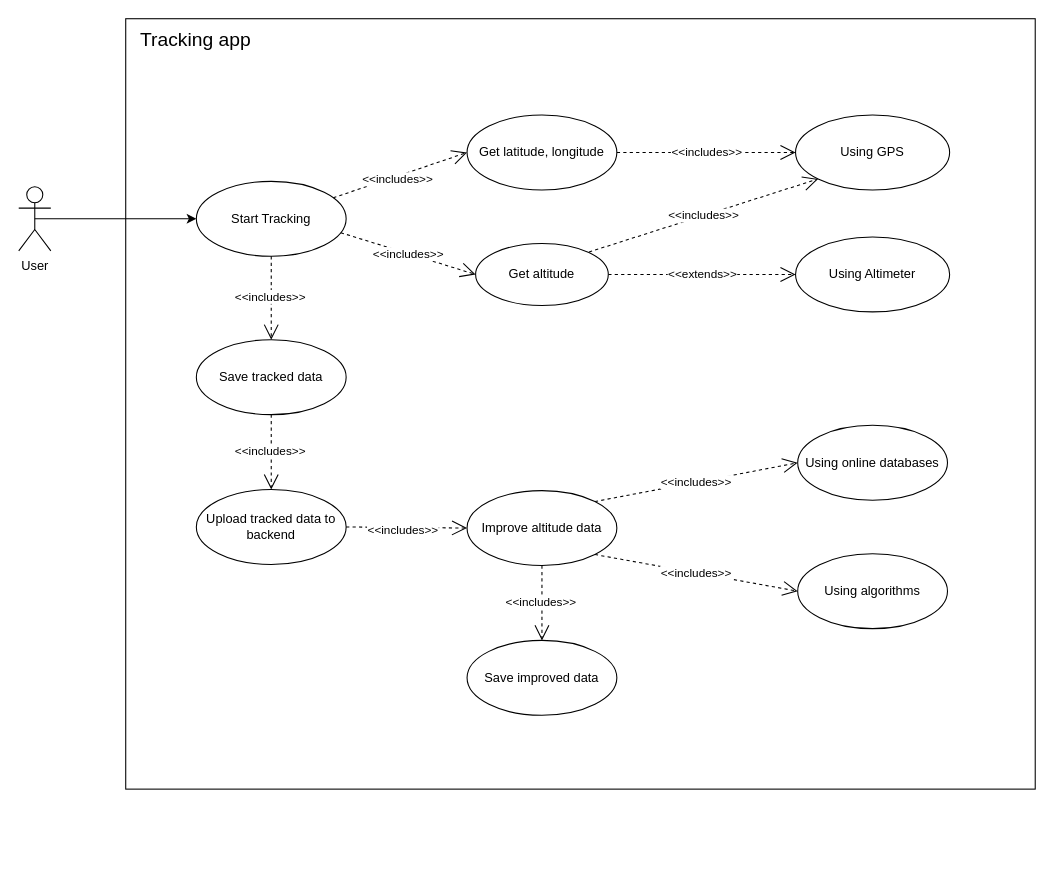
CAIProj/docs keeps this draw.io diagram as Task documents/Task 16 - Use case of Tracking App.drawio. Above is the earlier version. Source tidied: cells renumbered, new cells numbered last; positions are measured from the earlier drawing's top-left corner, leaving out a move shared by most shapes. Both pictures are drawn from the tidied source at 107%, with x=0, y=0 at pixel (18, 18).
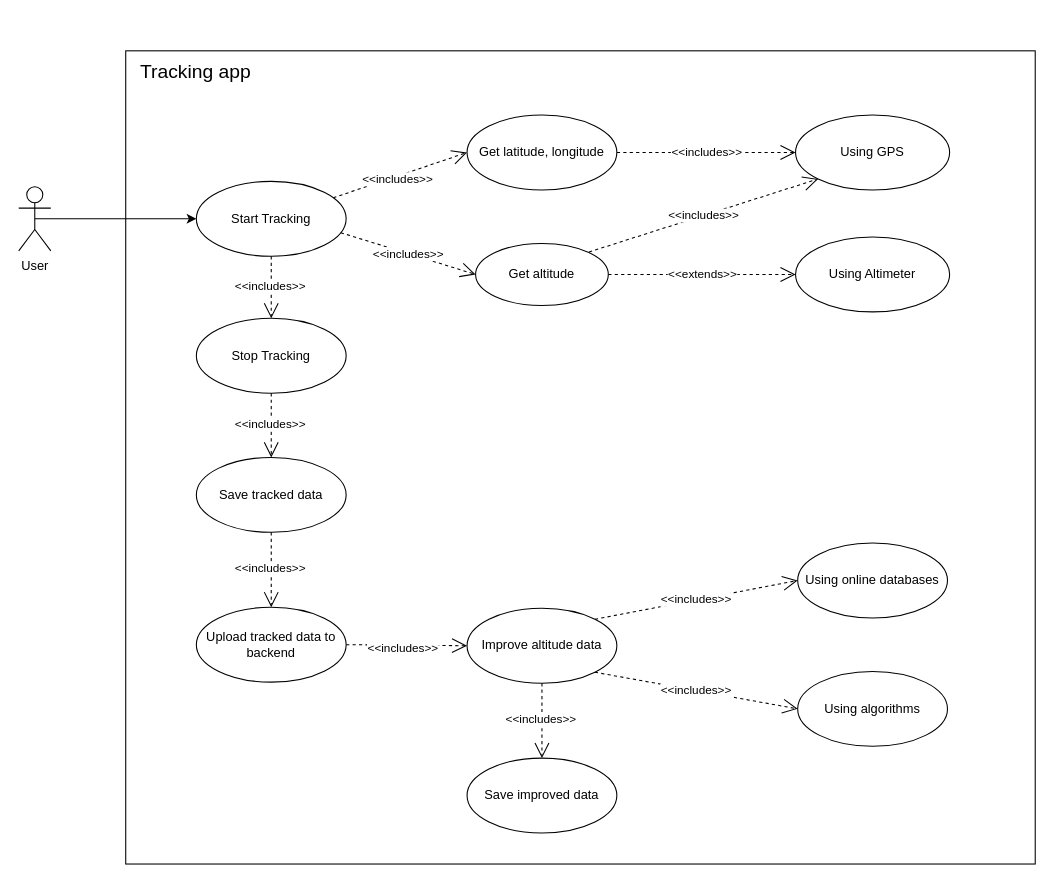
The same page after the edit.

Commit message (it also covers changes not shown here):
changes after review

Unchanged cells that the change refers to:
```xml
<mxCell id="5" value="Start Tracking" style="ellipse;whiteSpace=wrap;html=1;" parent="1" vertex="1">
  <mxGeometry x="166" y="152" width="140" height="70" as="geometry" />
</mxCell>
<mxCell id="14" style="endArrow=open;endSize=12;dashed=1;html=1;rounded=0;entryX=0;entryY=0.5;entryDx=0;entryDy=0;" parent="1" edge="1" source="5" target="7">
  <mxGeometry x="-1" y="307" relative="1" as="geometry">
    <mxPoint x="-216" y="161" as="offset" />
  </mxGeometry>
</mxCell>
<mxCell id="25" style="endArrow=open;endSize=12;dashed=1;html=1;rounded=0;exitX=0.5;exitY=1;exitDx=0;exitDy=0;entryX=0.5;entryY=0;entryDx=0;entryDy=0;" parent="1" edge="1" source="16" target="30">
  <mxGeometry x="-1" y="307" relative="1" as="geometry">
    <mxPoint x="-216" y="161" as="offset" />
  </mxGeometry>
</mxCell>
<mxCell id="27" style="endArrow=open;endSize=12;dashed=1;html=1;rounded=0;exitX=0.5;exitY=1;exitDx=0;exitDy=0;entryX=0.5;entryY=0;entryDx=0;entryDy=0;" parent="1" edge="1" source="17" target="20">
  <mxGeometry x="-1" y="307" relative="1" as="geometry">
    <mxPoint x="-216" y="161" as="offset" />
  </mxGeometry>
</mxCell>
<mxCell id="31" style="endArrow=open;endSize=12;dashed=1;html=1;rounded=0;exitX=1;exitY=0.5;exitDx=0;exitDy=0;entryX=0;entryY=0.5;entryDx=0;entryDy=0;" parent="1" edge="1" source="30" target="17">
  <mxGeometry x="-1" y="307" relative="1" as="geometry">
    <mxPoint x="-216" y="161" as="offset" />
  </mxGeometry>
</mxCell>
```

Change to the diagram source:
```diff
@@
-    <mxCell id="2" style="rounded=0;whiteSpace=wrap;html=1;" parent="1" vertex="1">
-      <mxGeometry x="100" width="850" height="720" as="geometry" />
-    </mxCell>
+    <mxCell id="33" style="rounded=0;whiteSpace=wrap;html=1;" parent="1" vertex="1">
+      <mxGeometry x="100" y="30" width="850" height="760" as="geometry" />
+    </mxCell>
@@
     <mxCell id="10" value="&lt;font style=&quot;font-size: 18px;&quot;&gt;Tracking app&lt;/font&gt;" style="text;html=1;align=center;verticalAlign=middle;strokeColor=none;fillColor=none;" parent="1" vertex="1">
-      <mxGeometry x="100" width="130" height="40" as="geometry" />
+      <mxGeometry x="100" y="30" width="130" height="40" as="geometry" />
     </mxCell>
@@
-    <mxCell id="15" value="&amp;lt;&amp;lt;includes&amp;gt;&amp;gt;" style="edgeLabel;html=1;align=center;verticalAlign=middle;" parent="14" vertex="1">
-      <mxGeometry x="-0.06" y="-2" relative="1" as="geometry" />
-    </mxCell>
+    <mxCell id="34" value="&amp;lt;&amp;lt;includes&amp;gt;&amp;gt;" style="edgeLabel;html=1;align=center;verticalAlign=middle;" parent="14" vertex="1">
+      <mxGeometry x="-0.06" y="-2" relative="1" as="geometry" />
+    </mxCell>
     <mxCell id="16" value="Save tracked data" style="ellipse;whiteSpace=wrap;html=1;" parent="1" vertex="1">
-      <mxGeometry x="166" y="300" width="140" height="70" as="geometry" />
+      <mxGeometry x="166" y="410" width="140" height="70" as="geometry" />
     </mxCell>
     <mxCell id="17" value="Improve altitude data" style="ellipse;whiteSpace=wrap;html=1;" parent="1" vertex="1">
-      <mxGeometry x="419" y="441" width="140" height="70" as="geometry" />
+      <mxGeometry x="419" y="551" width="140" height="70" as="geometry" />
     </mxCell>
     <mxCell id="18" value="Using online databases" style="ellipse;whiteSpace=wrap;html=1;" parent="1" vertex="1">
-      <mxGeometry x="728" y="380" width="140" height="70" as="geometry" />
+      <mxGeometry x="728" y="490" width="140" height="70" as="geometry" />
     </mxCell>
     <mxCell id="19" value="Using algorithms" style="ellipse;whiteSpace=wrap;html=1;" parent="1" vertex="1">
-      <mxGeometry x="728" y="500" width="140" height="70" as="geometry" />
+      <mxGeometry x="728" y="610" width="140" height="70" as="geometry" />
     </mxCell>
     <mxCell id="20" value="Save improved data" style="ellipse;whiteSpace=wrap;html=1;" parent="1" vertex="1">
-      <mxGeometry x="419" y="581" width="140" height="70" as="geometry" />
+      <mxGeometry x="419" y="691" width="140" height="70" as="geometry" />
     </mxCell>
@@
-    <mxCell id="23" style="endArrow=open;endSize=12;dashed=1;html=1;rounded=0;exitX=0.5;exitY=1;exitDx=0;exitDy=0;entryX=0.5;entryY=0;entryDx=0;entryDy=0;" parent="1" edge="1" source="5" target="16">
-      <mxGeometry x="-1" y="307" relative="1" as="geometry">
-        <mxPoint x="-216" y="161" as="offset" />
-      </mxGeometry>
-    </mxCell>
-    <mxCell id="24" value="&amp;lt;&amp;lt;includes&amp;gt;&amp;gt;" style="edgeLabel;html=1;align=center;verticalAlign=middle;" parent="23" vertex="1">
-      <mxGeometry x="-0.06" y="-2" relative="1" as="geometry" />
-    </mxCell>
+    <mxCell id="35" style="endArrow=open;endSize=12;dashed=1;html=1;rounded=0;exitX=0.5;exitY=1;exitDx=0;exitDy=0;entryX=0.5;entryY=0;entryDx=0;entryDy=0;" parent="1" edge="1" source="5" target="40">
+      <mxGeometry x="-1" y="307" relative="1" as="geometry">
+        <mxPoint x="-216" y="161" as="offset" />
+      </mxGeometry>
+    </mxCell>
+    <mxCell id="36" value="&amp;lt;&amp;lt;includes&amp;gt;&amp;gt;" style="edgeLabel;html=1;align=center;verticalAlign=middle;" parent="35" vertex="1">
+      <mxGeometry x="-0.06" y="-2" relative="1" as="geometry" />
+    </mxCell>
@@
-    <mxCell id="26" value="&amp;lt;&amp;lt;includes&amp;gt;&amp;gt;" style="edgeLabel;html=1;align=center;verticalAlign=middle;" parent="25" vertex="1">
-      <mxGeometry x="-0.06" y="-2" relative="1" as="geometry" />
-    </mxCell>
+    <mxCell id="37" value="&amp;lt;&amp;lt;includes&amp;gt;&amp;gt;" style="edgeLabel;html=1;align=center;verticalAlign=middle;" parent="25" vertex="1">
+      <mxGeometry x="-0.06" y="-2" relative="1" as="geometry" />
+    </mxCell>
@@
-    <mxCell id="28" value="&amp;lt;&amp;lt;includes&amp;gt;&amp;gt;" style="edgeLabel;html=1;align=center;verticalAlign=middle;" parent="27" vertex="1">
-      <mxGeometry x="-0.06" y="-2" relative="1" as="geometry" />
-    </mxCell>
+    <mxCell id="38" value="&amp;lt;&amp;lt;includes&amp;gt;&amp;gt;" style="edgeLabel;html=1;align=center;verticalAlign=middle;" parent="27" vertex="1">
+      <mxGeometry x="-0.06" y="-2" relative="1" as="geometry" />
+    </mxCell>
@@
     <mxCell id="30" value="Upload tracked data to backend" style="ellipse;whiteSpace=wrap;html=1;" parent="1" vertex="1">
-      <mxGeometry x="166" y="440" width="140" height="70" as="geometry" />
+      <mxGeometry x="166" y="550" width="140" height="70" as="geometry" />
     </mxCell>
@@
-    <mxCell id="32" value="&amp;lt;&amp;lt;includes&amp;gt;&amp;gt;" style="edgeLabel;html=1;align=center;verticalAlign=middle;" parent="31" vertex="1">
-      <mxGeometry x="-0.06" y="-2" relative="1" as="geometry" />
-    </mxCell>
+    <mxCell id="39" value="&amp;lt;&amp;lt;includes&amp;gt;&amp;gt;" style="edgeLabel;html=1;align=center;verticalAlign=middle;" parent="31" vertex="1">
+      <mxGeometry x="-0.06" y="-2" relative="1" as="geometry" />
+    </mxCell>
+    <mxCell id="40" value="Stop Tracking" style="ellipse;whiteSpace=wrap;html=1;" parent="1" vertex="1">
+      <mxGeometry x="166" y="280" width="140" height="70" as="geometry" />
+    </mxCell>
+    <mxCell id="41" style="endArrow=open;endSize=12;dashed=1;html=1;rounded=0;exitX=0.5;exitY=1;exitDx=0;exitDy=0;entryX=0.5;entryY=0;entryDx=0;entryDy=0;" parent="1" edge="1" source="40" target="16">
+      <mxGeometry x="-1" y="307" relative="1" as="geometry">
+        <mxPoint x="-216" y="161" as="offset" />
+      </mxGeometry>
+    </mxCell>
+    <mxCell id="42" value="&amp;lt;&amp;lt;includes&amp;gt;&amp;gt;" style="edgeLabel;html=1;align=center;verticalAlign=middle;" parent="41" vertex="1">
+      <mxGeometry x="-0.06" y="-2" relative="1" as="geometry" />
+    </mxCell>
```
